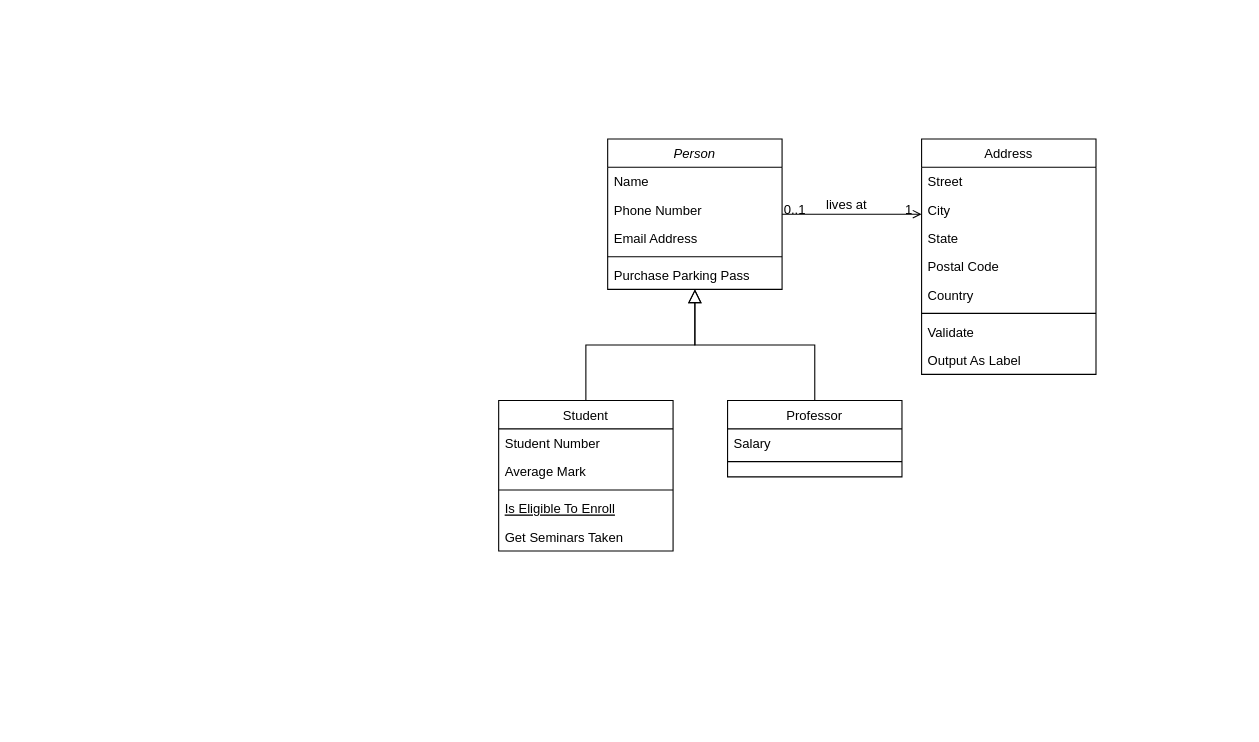
Before: ClassDiagram_RecruiterSoftware.drawio in 300CIS017-Object-Oriented-Programming/proyecto-recruitment-team_sjj, a draw.io diagram. Source tidied: cells renumbered, new cells numbered last; positions are measured from the earlier drawing's top-left corner, leaving out a move shared by most shapes. Both pictures are drawn from the tidied source at 109%, with x=0, y=0 at pixel (498, 138).
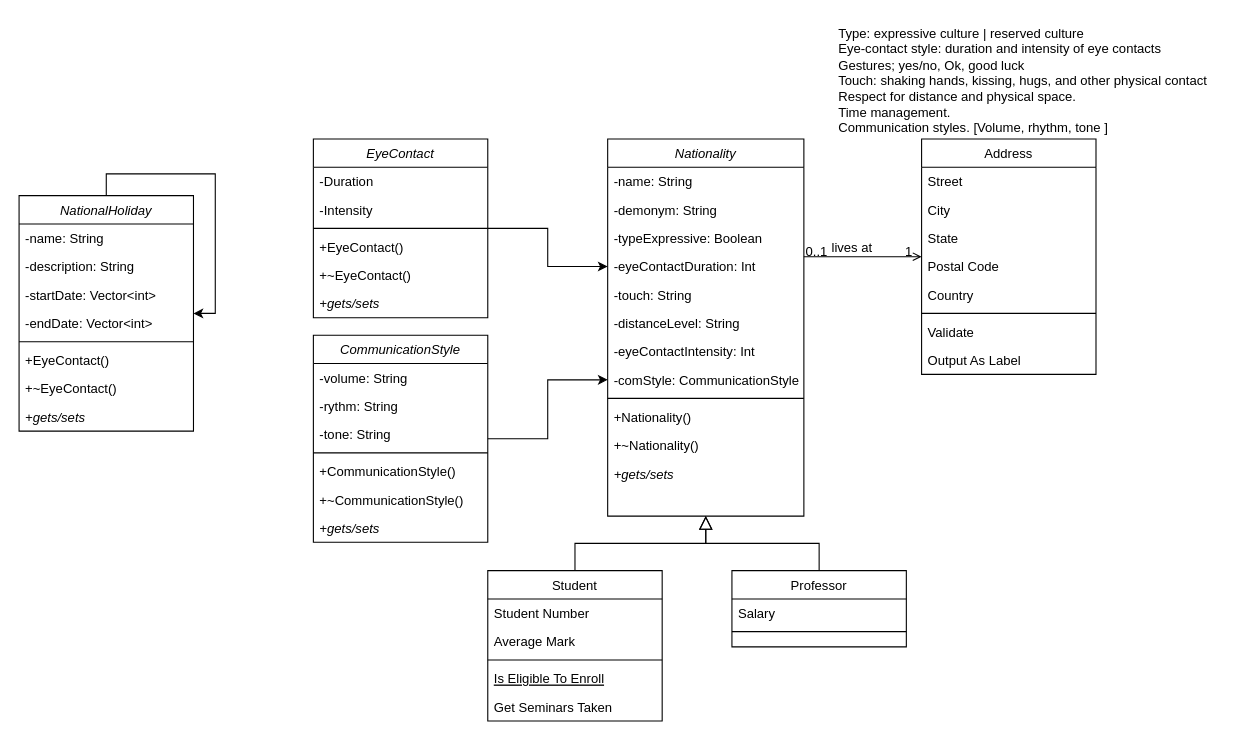
After the change.

The edit, as a diff of the source:
```diff
@@
-    <mxCell id="2" value="Person" style="swimlane;fontStyle=2;align=center;verticalAlign=top;horizontal=1;startSize=26;rounded=0;shadow=0;strokeWidth=1;" parent="1" vertex="1">
-      <mxGeometry x="100" width="160" height="138" as="geometry" />
+    <mxCell id="2" value="Nationality" style="swimlane;fontStyle=2;align=center;verticalAlign=top;horizontal=1;startSize=26;rounded=0;shadow=0;strokeWidth=1;" parent="1" vertex="1">
+      <mxGeometry x="100" width="180" height="346" as="geometry" />
     </mxCell>
+    <mxCell id="32" value="-name: String" style="text;align=left;verticalAlign=top;spacingLeft=4;spacingRight=4;overflow=hidden;" parent="2" vertex="1">
+      <mxGeometry y="26" width="180" height="26" as="geometry" />
+    </mxCell>
+    <mxCell id="33" value="-demonym: String" style="text;align=left;verticalAlign=top;spacingLeft=4;spacingRight=4;overflow=hidden;" parent="2" vertex="1">
+      <mxGeometry y="52" width="180" height="26" as="geometry" />
+    </mxCell>
-    <mxCell id="3" value="Name" style="text;align=left;verticalAlign=top;spacingLeft=4;spacingRight=4;overflow=hidden;" parent="2" vertex="1">
-      <mxGeometry y="26" width="160" height="26" as="geometry" />
+    <mxCell id="3" value="-typeExpressive: Boolean" style="text;align=left;verticalAlign=top;spacingLeft=4;spacingRight=4;overflow=hidden;" parent="2" vertex="1">
+      <mxGeometry y="78" width="180" height="26" as="geometry" />
     </mxCell>
-    <mxCell id="4" value="Phone Number" style="text;align=left;verticalAlign=top;spacingLeft=4;spacingRight=4;overflow=hidden;points=[[0,0.5],[1,0.5]];portConstraint=eastwest;rounded=0;shadow=0;html=0;" parent="2" vertex="1">
-      <mxGeometry y="52" width="160" height="26" as="geometry" />
+    <mxCell id="4" value="-eyeContactDuration: Int" style="text;align=left;verticalAlign=top;spacingLeft=4;spacingRight=4;overflow=hidden;points=[[0,0.5],[1,0.5]];portConstraint=eastwest;rounded=0;shadow=0;html=0;" parent="2" vertex="1">
+      <mxGeometry y="104" width="180" height="26" as="geometry" />
     </mxCell>
+    <mxCell id="34" value="-touch: String" style="text;align=left;verticalAlign=top;spacingLeft=4;spacingRight=4;overflow=hidden;rounded=0;shadow=0;html=0;" parent="2" vertex="1">
+      <mxGeometry y="130" width="180" height="26" as="geometry" />
+    </mxCell>
+    <mxCell id="35" value="-distanceLevel: String" style="text;align=left;verticalAlign=top;spacingLeft=4;spacingRight=4;overflow=hidden;rounded=0;shadow=0;html=0;" parent="2" vertex="1">
+      <mxGeometry y="156" width="180" height="26" as="geometry" />
+    </mxCell>
+    <mxCell id="36" value="-eyeContactIntensity: Int" style="text;align=left;verticalAlign=top;spacingLeft=4;spacingRight=4;overflow=hidden;rounded=0;shadow=0;html=0;" parent="2" vertex="1">
+      <mxGeometry y="182" width="180" height="26" as="geometry" />
+    </mxCell>
-    <mxCell id="5" value="Email Address" style="text;align=left;verticalAlign=top;spacingLeft=4;spacingRight=4;overflow=hidden;points=[[0,0.5],[1,0.5]];portConstraint=eastwest;rounded=0;shadow=0;html=0;" parent="2" vertex="1">
-      <mxGeometry y="78" width="160" height="26" as="geometry" />
+    <mxCell id="5" value="-comStyle: CommunicationStyle" style="text;align=left;verticalAlign=top;spacingLeft=4;spacingRight=4;overflow=hidden;points=[[0,0.5],[1,0.5]];portConstraint=eastwest;rounded=0;shadow=0;html=0;" parent="2" vertex="1">
+      <mxGeometry y="208" width="180" height="26" as="geometry" />
     </mxCell>
     <mxCell id="6" style="line;html=1;strokeWidth=1;align=left;verticalAlign=middle;spacingTop=-1;spacingLeft=3;spacingRight=3;labelPosition=right;" parent="2" vertex="1">
-      <mxGeometry y="104" width="160" height="8" as="geometry" />
+      <mxGeometry y="234" width="180" height="8" as="geometry" />
     </mxCell>
-    <mxCell id="7" value="Purchase Parking Pass" style="text;align=left;verticalAlign=top;spacingLeft=4;spacingRight=4;overflow=hidden;" parent="2" vertex="1">
-      <mxGeometry y="112" width="160" height="26" as="geometry" />
+    <mxCell id="7" value="+Nationality()" style="text;align=left;verticalAlign=top;spacingLeft=4;spacingRight=4;overflow=hidden;" parent="2" vertex="1">
+      <mxGeometry y="242" width="180" height="26" as="geometry" />
     </mxCell>
+    <mxCell id="37" value="+~Nationality()" style="text;align=left;verticalAlign=top;spacingLeft=4;spacingRight=4;overflow=hidden;" parent="2" vertex="1">
+      <mxGeometry y="268" width="180" height="26" as="geometry" />
+    </mxCell>
+    <mxCell id="38" value="+gets/sets" style="text;align=left;verticalAlign=top;spacingLeft=4;spacingRight=4;overflow=hidden;fontStyle=2;" parent="2" vertex="1">
+      <mxGeometry y="294" width="180" height="26" as="geometry" />
+    </mxCell>
     <mxCell id="8" value="Student" style="swimlane;fontStyle=0;align=center;verticalAlign=top;horizontal=1;startSize=26;rounded=0;shadow=0;strokeWidth=1;" parent="1" vertex="1">
-      <mxGeometry y="240" width="160" height="138" as="geometry" />
+      <mxGeometry x="-10" y="396" width="160" height="138" as="geometry" />
     </mxCell>
@@
     <mxCell id="15" value="Professor" style="swimlane;fontStyle=0;align=center;verticalAlign=top;horizontal=1;startSize=26;rounded=0;shadow=0;strokeWidth=1;" parent="1" vertex="1">
-      <mxGeometry x="210" y="240" width="160" height="70" as="geometry" />
+      <mxGeometry x="214" y="396" width="160" height="70" as="geometry" />
     </mxCell>
@@
+    <mxCell id="39" value="Type: expressive culture | reserved culture&#10;Eye-contact style: duration and intensity of eye contacts&#10;Gestures; yes/no, Ok, good luck&#10;Touch: shaking hands, kissing, hugs, and other physical contact&#10;Respect for distance and physical space.&#10;Time management.&#10;Communication styles. [Volume, rhythm, tone ]" style="text;whiteSpace=wrap;html=1;" parent="1" vertex="1">
+      <mxGeometry x="310" y="-110" width="370" height="120" as="geometry" />
+    </mxCell>
+    <mxCell id="40" style="edgeStyle=orthogonalEdgeStyle;rounded=0;jettySize=auto;html=1;" parent="1" edge="1" source="41" target="5">
+      <mxGeometry relative="1" as="geometry" />
+    </mxCell>
+    <mxCell id="41" value="CommunicationStyle" style="swimlane;fontStyle=2;align=center;verticalAlign=top;horizontal=1;startSize=26;rounded=0;shadow=0;strokeWidth=1;" parent="1" vertex="1">
+      <mxGeometry x="-170" y="180" width="160" height="190" as="geometry" />
+    </mxCell>
+    <mxCell id="42" value="-volume: String" style="text;align=left;verticalAlign=top;spacingLeft=4;spacingRight=4;overflow=hidden;" parent="41" vertex="1">
+      <mxGeometry y="26" width="160" height="26" as="geometry" />
+    </mxCell>
+    <mxCell id="43" value="-rythm: String" style="text;align=left;verticalAlign=top;spacingLeft=4;spacingRight=4;overflow=hidden;" parent="41" vertex="1">
+      <mxGeometry y="52" width="160" height="26" as="geometry" />
+    </mxCell>
+    <mxCell id="44" value="-tone: String" style="text;align=left;verticalAlign=top;spacingLeft=4;spacingRight=4;overflow=hidden;" parent="41" vertex="1">
+      <mxGeometry y="78" width="160" height="26" as="geometry" />
+    </mxCell>
+    <mxCell id="45" style="line;html=1;strokeWidth=1;align=left;verticalAlign=middle;spacingTop=-1;spacingLeft=3;spacingRight=3;labelPosition=right;" parent="41" vertex="1">
+      <mxGeometry y="104" width="160" height="8" as="geometry" />
+    </mxCell>
+    <mxCell id="46" value="+CommunicationStyle()" style="text;align=left;verticalAlign=top;spacingLeft=4;spacingRight=4;overflow=hidden;" parent="41" vertex="1">
+      <mxGeometry y="112" width="160" height="26" as="geometry" />
+    </mxCell>
+    <mxCell id="47" value="+~CommunicationStyle()" style="text;align=left;verticalAlign=top;spacingLeft=4;spacingRight=4;overflow=hidden;" parent="41" vertex="1">
+      <mxGeometry y="138" width="160" height="26" as="geometry" />
+    </mxCell>
+    <mxCell id="48" value="+gets/sets" style="text;align=left;verticalAlign=top;spacingLeft=4;spacingRight=4;overflow=hidden;fontStyle=2;" parent="41" vertex="1">
+      <mxGeometry y="164" width="160" height="26" as="geometry" />
+    </mxCell>
+    <mxCell id="49" style="edgeStyle=orthogonalEdgeStyle;rounded=0;jettySize=auto;html=1;" parent="1" edge="1" source="50" target="4">
+      <mxGeometry relative="1" as="geometry" />
+    </mxCell>
+    <mxCell id="50" value="EyeContact" style="swimlane;fontStyle=2;align=center;verticalAlign=top;horizontal=1;startSize=26;rounded=0;shadow=0;strokeWidth=1;" parent="1" vertex="1">
+      <mxGeometry x="-170" width="160" height="164" as="geometry" />
+    </mxCell>
+    <mxCell id="51" value="-Duration" style="text;align=left;verticalAlign=top;spacingLeft=4;spacingRight=4;overflow=hidden;" parent="50" vertex="1">
+      <mxGeometry y="26" width="160" height="26" as="geometry" />
+    </mxCell>
+    <mxCell id="52" value="-Intensity" style="text;align=left;verticalAlign=top;spacingLeft=4;spacingRight=4;overflow=hidden;" parent="50" vertex="1">
+      <mxGeometry y="52" width="160" height="26" as="geometry" />
+    </mxCell>
+    <mxCell id="53" style="line;html=1;strokeWidth=1;align=left;verticalAlign=middle;spacingTop=-1;spacingLeft=3;spacingRight=3;labelPosition=right;" parent="50" vertex="1">
+      <mxGeometry y="78" width="160" height="8" as="geometry" />
+    </mxCell>
+    <mxCell id="54" value="+EyeContact()" style="text;align=left;verticalAlign=top;spacingLeft=4;spacingRight=4;overflow=hidden;fontStyle=0;" parent="50" vertex="1">
+      <mxGeometry y="86" width="160" height="26" as="geometry" />
+    </mxCell>
+    <mxCell id="55" value="+~EyeContact()" style="text;align=left;verticalAlign=top;spacingLeft=4;spacingRight=4;overflow=hidden;" parent="50" vertex="1">
+      <mxGeometry y="112" width="160" height="26" as="geometry" />
+    </mxCell>
+    <mxCell id="56" value="+gets/sets" style="text;align=left;verticalAlign=top;spacingLeft=4;spacingRight=4;overflow=hidden;fontStyle=2;" parent="50" vertex="1">
+      <mxGeometry y="138" width="160" height="26" as="geometry" />
+    </mxCell>
+    <mxCell id="57" value="NationalHoliday" style="swimlane;fontStyle=2;align=center;verticalAlign=top;horizontal=1;startSize=26;rounded=0;shadow=0;strokeWidth=1;" parent="1" vertex="1">
+      <mxGeometry x="-440" y="52" width="160" height="216" as="geometry" />
+    </mxCell>
+    <mxCell id="58" value="-name: String" style="text;align=left;verticalAlign=top;spacingLeft=4;spacingRight=4;overflow=hidden;" parent="57" vertex="1">
+      <mxGeometry y="26" width="160" height="26" as="geometry" />
+    </mxCell>
+    <mxCell id="59" value="-description: String" style="text;align=left;verticalAlign=top;spacingLeft=4;spacingRight=4;overflow=hidden;" parent="57" vertex="1">
+      <mxGeometry y="52" width="160" height="26" as="geometry" />
+    </mxCell>
+    <mxCell id="60" value="-startDate: Vector&lt;int&gt;" style="text;align=left;verticalAlign=top;spacingLeft=4;spacingRight=4;overflow=hidden;" parent="57" vertex="1">
+      <mxGeometry y="78" width="160" height="26" as="geometry" />
+    </mxCell>
+    <mxCell id="61" value="-endDate: Vector&lt;int&gt;" style="text;align=left;verticalAlign=top;spacingLeft=4;spacingRight=4;overflow=hidden;" parent="57" vertex="1">
+      <mxGeometry y="104" width="160" height="26" as="geometry" />
+    </mxCell>
+    <mxCell id="62" style="line;html=1;strokeWidth=1;align=left;verticalAlign=middle;spacingTop=-1;spacingLeft=3;spacingRight=3;labelPosition=right;" parent="57" vertex="1">
+      <mxGeometry y="130" width="160" height="8" as="geometry" />
+    </mxCell>
+    <mxCell id="63" value="+EyeContact()" style="text;align=left;verticalAlign=top;spacingLeft=4;spacingRight=4;overflow=hidden;fontStyle=0;" parent="57" vertex="1">
+      <mxGeometry y="138" width="160" height="26" as="geometry" />
+    </mxCell>
+    <mxCell id="64" value="+~EyeContact()" style="text;align=left;verticalAlign=top;spacingLeft=4;spacingRight=4;overflow=hidden;" parent="57" vertex="1">
+      <mxGeometry y="164" width="160" height="26" as="geometry" />
+    </mxCell>
+    <mxCell id="65" value="+gets/sets" style="text;align=left;verticalAlign=top;spacingLeft=4;spacingRight=4;overflow=hidden;fontStyle=2;" parent="57" vertex="1">
+      <mxGeometry y="190" width="160" height="26" as="geometry" />
+    </mxCell>
+    <mxCell id="66" style="edgeStyle=orthogonalEdgeStyle;rounded=0;orthogonalLoop=1;jettySize=auto;html=1;entryX=1;entryY=0.5;entryDx=0;entryDy=0;" parent="1" edge="1" source="57" target="57">
+      <mxGeometry relative="1" as="geometry" />
+    </mxCell>
```
